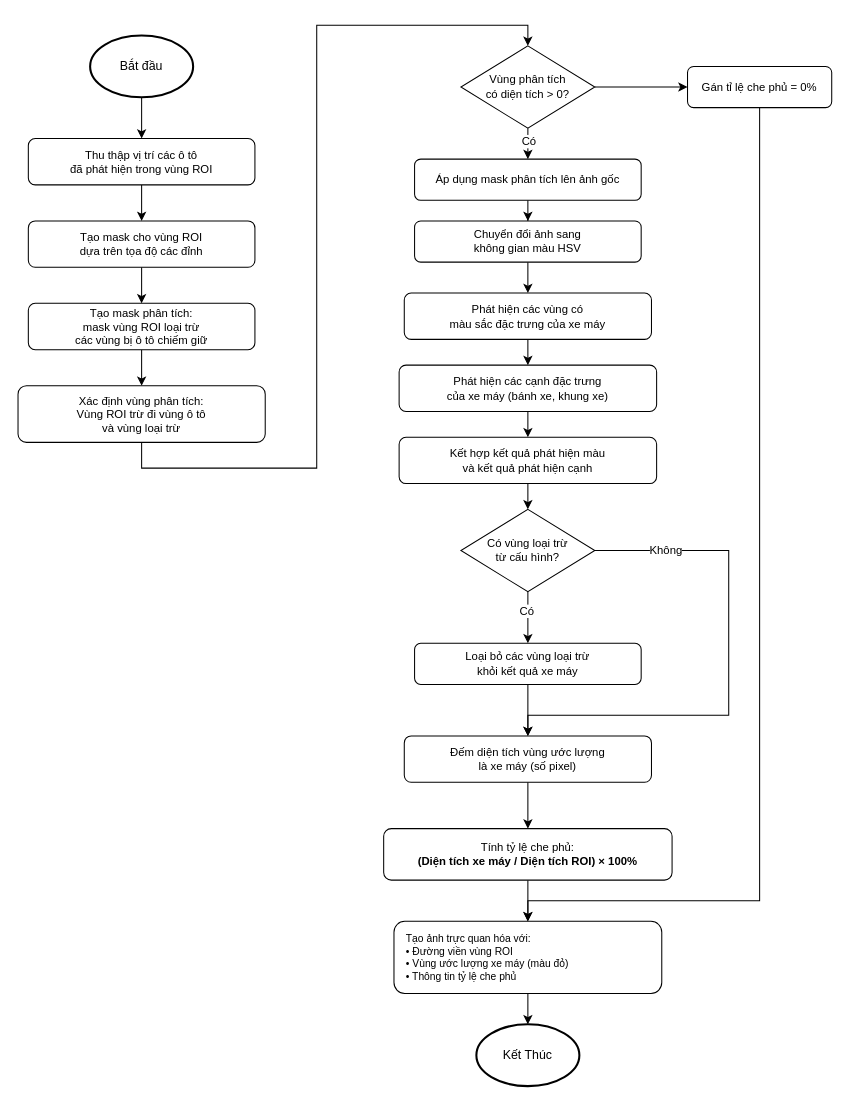
This is fig/motorbike_coverage.drawio from Denzaro/DATN_Thesis, a draw.io file, before an edit. Source tidied: cells renumbered, new cells numbered last; positions are measured from the earlier drawing's top-left corner, leaving out a move shared by most shapes. Both pictures are drawn from the tidied source at 103%, with x=0, y=0 at pixel (18, 25).
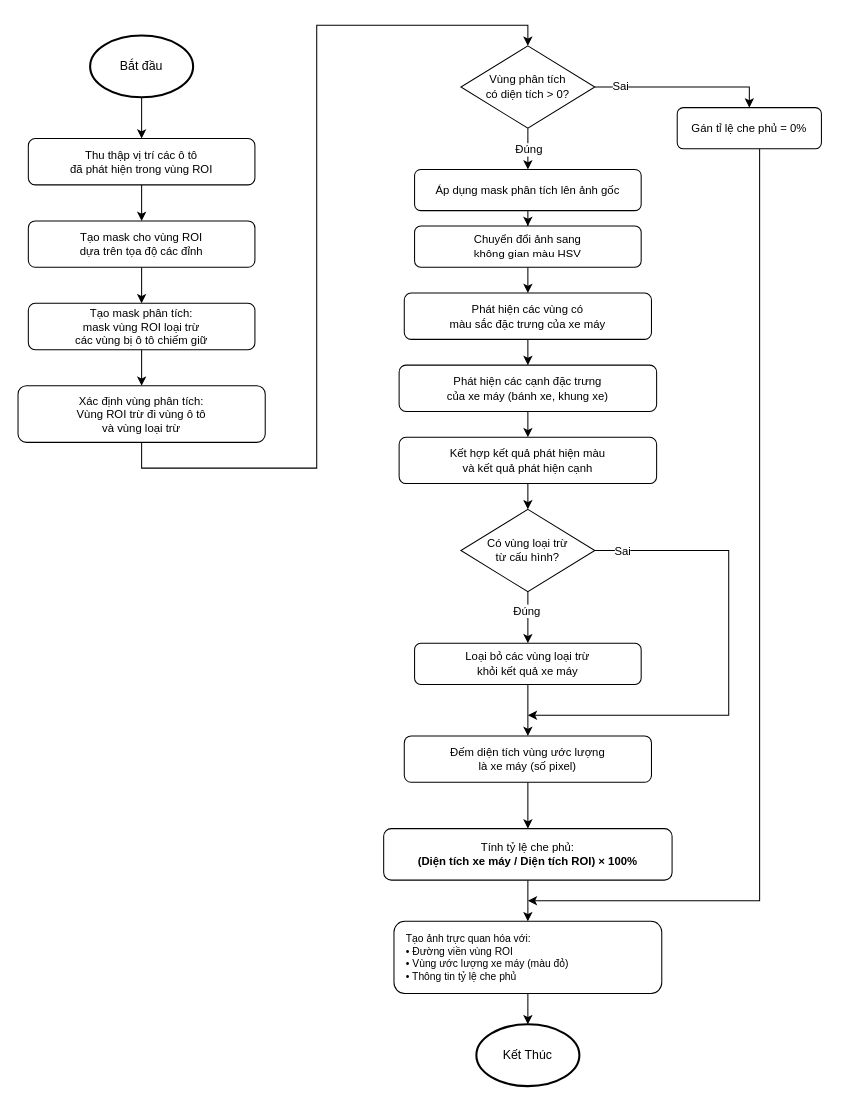
The same page after the edit.

The change refers to these unchanged cells:
```xml
<mxCell id="12" style="edgeStyle=orthogonalEdgeStyle;rounded=0;jettySize=auto;html=1;entryX=0.5;entryY=0;entryDx=0;entryDy=0;" parent="1" edge="1" source="15" target="17">
  <mxGeometry relative="1" as="geometry" />
</mxCell>
<mxCell id="15" value="Vùng phân tích&lt;br&gt;có diện tích &gt; 0?" style="rhombus;whiteSpace=wrap;html=1;fontSize=11;" parent="1" vertex="1">
  <mxGeometry x="430" y="20" width="130" height="80" as="geometry" />
</mxCell>
<mxCell id="26" style="edgeStyle=orthogonalEdgeStyle;rounded=0;jettySize=auto;html=1;entryX=0.5;entryY=0;entryDx=0;entryDy=0;" parent="1" edge="1" source="30" target="32">
  <mxGeometry relative="1" as="geometry" />
</mxCell>
<mxCell id="30" value="Có vùng loại trừ&lt;br&gt;từ cấu hình?" style="rhombus;whiteSpace=wrap;html=1;fontSize=11;" parent="1" vertex="1">
  <mxGeometry x="430" y="470" width="130" height="80" as="geometry" />
</mxCell>
<mxCell id="34" value="Đếm diện tích vùng ước lượng&lt;br&gt;là xe máy (số pixel)" style="rounded=1;whiteSpace=wrap;html=1;fontSize=11;" parent="1" vertex="1">
  <mxGeometry x="375" y="690" width="240" height="45" as="geometry" />
</mxCell>
<mxCell id="37" value="Tạo ảnh trực quan hóa với:&lt;br&gt;• Đường viền vùng ROI&lt;br&gt;• Vùng ước lượng xe máy (màu đỏ)&lt;br&gt;• Thông tin tỷ lệ che phủ" style="rounded=1;whiteSpace=wrap;html=1;fontSize=10;align=left;spacingLeft=10;" parent="1" vertex="1">
  <mxGeometry x="365" y="870" width="260" height="70" as="geometry" />
</mxCell>
```

Change to the diagram source:
```diff
@@
-    <mxCell id="13" value="Có" style="edgeLabel;html=1;align=center;verticalAlign=middle;" parent="12" vertex="1">
-      <mxGeometry x="0.29" relative="1" as="geometry" />
+    <mxCell id="13" value="Đúng" style="edgeLabel;html=1;align=center;verticalAlign=middle;" parent="12" vertex="1">
+      <mxGeometry x="0.29" relative="1" as="geometry">
+        <mxPoint y="-6" as="offset" />
+      </mxGeometry>
     </mxCell>
-    <mxCell id="14" style="edgeStyle=orthogonalEdgeStyle;rounded=0;jettySize=auto;html=1;entryX=0;entryY=0.5;entryDx=0;entryDy=0;" parent="1" edge="1" source="15" target="41">
+    <mxCell id="14" style="edgeStyle=orthogonalEdgeStyle;rounded=0;jettySize=auto;html=1;entryX=0.5;entryY=0;entryDx=0;entryDy=0;" parent="1" edge="1" source="15" target="41">
       <mxGeometry relative="1" as="geometry" />
     </mxCell>
+    <mxCell id="42" value="Sai" style="edgeLabel;html=1;align=center;verticalAlign=middle;" parent="14" vertex="1">
+      <mxGeometry x="-0.72" y="2" relative="1" as="geometry" />
+    </mxCell>
@@
     <mxCell id="17" value="Áp dụng mask phân tích lên ảnh gốc" style="rounded=1;whiteSpace=wrap;html=1;fontSize=11;" parent="1" vertex="1">
-      <mxGeometry x="385" y="130" width="220" height="40" as="geometry" />
+      <mxGeometry x="385" y="140" width="220" height="40" as="geometry" />
     </mxCell>
@@
     <mxCell id="19" value="Chuyển đổi ảnh sang&lt;br&gt;không gian màu HSV" style="rounded=1;whiteSpace=wrap;html=1;fontSize=11;" parent="1" vertex="1">
-      <mxGeometry x="385" y="190" width="220" height="40" as="geometry" />
+      <mxGeometry x="385" y="195" width="220" height="40" as="geometry" />
     </mxCell>
@@
-    <mxCell id="27" value="Có" style="edgeLabel;html=1;align=center;verticalAlign=middle;" parent="26" vertex="1">
+    <mxCell id="27" value="Đúng" style="edgeLabel;html=1;align=center;verticalAlign=middle;" parent="26" vertex="1">
       <mxGeometry x="-0.3" y="-2" relative="1" as="geometry" />
     </mxCell>
-    <mxCell id="28" style="edgeStyle=orthogonalEdgeStyle;rounded=0;jettySize=auto;html=1;entryX=0.5;entryY=0;entryDx=0;entryDy=0;" parent="1" edge="1" source="30" target="34">
+    <mxCell id="28" style="edgeStyle=orthogonalEdgeStyle;rounded=0;jettySize=auto;html=1;" parent="1" edge="1" source="30">
       <mxGeometry relative="1" as="geometry">
+        <mxPoint x="495" y="670" as="targetPoint" />
         <Array as="points">
           <mxPoint x="690" y="510" />
           <mxPoint x="690" y="670" />
-          <mxPoint x="495" y="670" />
         </Array>
       </mxGeometry>
     </mxCell>
-    <mxCell id="29" value="Không" style="edgeLabel;html=1;align=center;verticalAlign=middle;" parent="28" vertex="1">
-      <mxGeometry x="-0.73" y="1" relative="1" as="geometry" />
+    <mxCell id="29" value="Sai" style="edgeLabel;html=1;align=center;verticalAlign=middle;" parent="28" vertex="1">
+      <mxGeometry x="-0.73" y="1" relative="1" as="geometry">
+        <mxPoint x="-39" y="1" as="offset" />
+      </mxGeometry>
     </mxCell>
@@
-    <mxCell id="40" style="edgeStyle=orthogonalEdgeStyle;rounded=0;jettySize=auto;html=1;entryX=0.5;entryY=0;entryDx=0;entryDy=0;" parent="1" edge="1" source="41" target="37">
+    <mxCell id="40" style="edgeStyle=orthogonalEdgeStyle;rounded=0;jettySize=auto;html=1;" parent="1" edge="1" source="41">
       <mxGeometry relative="1" as="geometry">
+        <mxPoint x="495" y="850" as="targetPoint" />
         <Array as="points">
           <mxPoint x="720" y="850" />
           <mxPoint x="495" y="850" />
         </Array>
       </mxGeometry>
     </mxCell>
     <mxCell id="41" value="Gán tỉ lệ che phủ = 0%" style="rounded=1;whiteSpace=wrap;html=1;fontSize=11;" parent="1" vertex="1">
-      <mxGeometry x="650" y="40" width="140" height="40" as="geometry" />
+      <mxGeometry x="640" y="80" width="140" height="40" as="geometry" />
     </mxCell>
```
